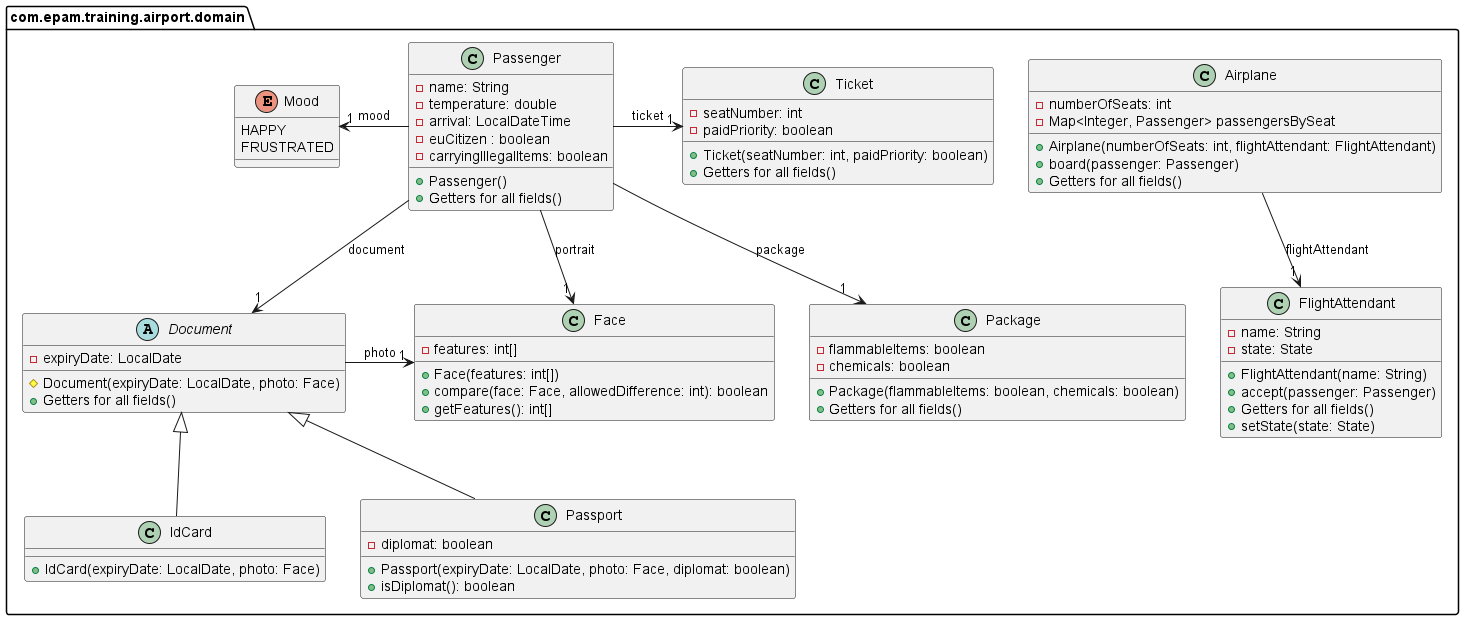
The PlantUML diagram design-patterns-airport/domain.png in epam-mep-java/exercise-specification-images, before a commit. The source it was exported from:
```plantuml
@startuml
package com.epam.training.airport.domain{

class Passenger{
    -name: String
    -temperature: double
    -arrival: LocalDateTime
    -euCitizen : boolean
    -carryingIllegalItems: boolean
    +Passenger()
    +Getters for all fields()
}

class FlightAttendant{
    -name: String
    -state: State
    +FlightAttendant(name: String)
    +accept(passenger: Passenger)
    +Getters for all fields()
    +setState(state: State)
}

enum Mood {
    HAPPY
    FRUSTRATED
}

class Face {
    -features: int[]
    +Face(features: int[])
    +compare(face: Face, allowedDifference: int): boolean
    +getFeatures(): int[]
}


abstract class Document {
    -expiryDate: LocalDate
    #Document(expiryDate: LocalDate, photo: Face)
    +Getters for all fields()
}

class IdCard extends Document {
    +IdCard(expiryDate: LocalDate, photo: Face)
}

class Passport extends Document {
    -diplomat: boolean
    +Passport(expiryDate: LocalDate, photo: Face, diplomat: boolean)
    +isDiplomat(): boolean
}

class Ticket{
    -seatNumber: int
    -paidPriority: boolean
    +Ticket(seatNumber: int, paidPriority: boolean)
    +Getters for all fields()
}

class Package{
    -flammableItems: boolean
    -chemicals: boolean
    +Package(flammableItems: boolean, chemicals: boolean)
    +Getters for all fields()
}

class Airplane{
    -numberOfSeats: int
    -Map<Integer, Passenger> passengersBySeat
    +Airplane(numberOfSeats: int, flightAttendant: FlightAttendant)
    +board(passenger: Passenger)
    +Getters for all fields()
}

}

Passenger -left-> "1" Mood: mood
Passenger -right-> "1" Ticket: ticket
Passenger -down-> "1" Package: package
Passenger -down-> "1" Document: document
Passenger -down-> "1" Face: portrait
Document -right-> "1" Face: photo
Airplane -down-> "1" FlightAttendant: flightAttendant
Document -right[hidden]- Package
Ticket -right[hidden]- Airplane
@enduml
```
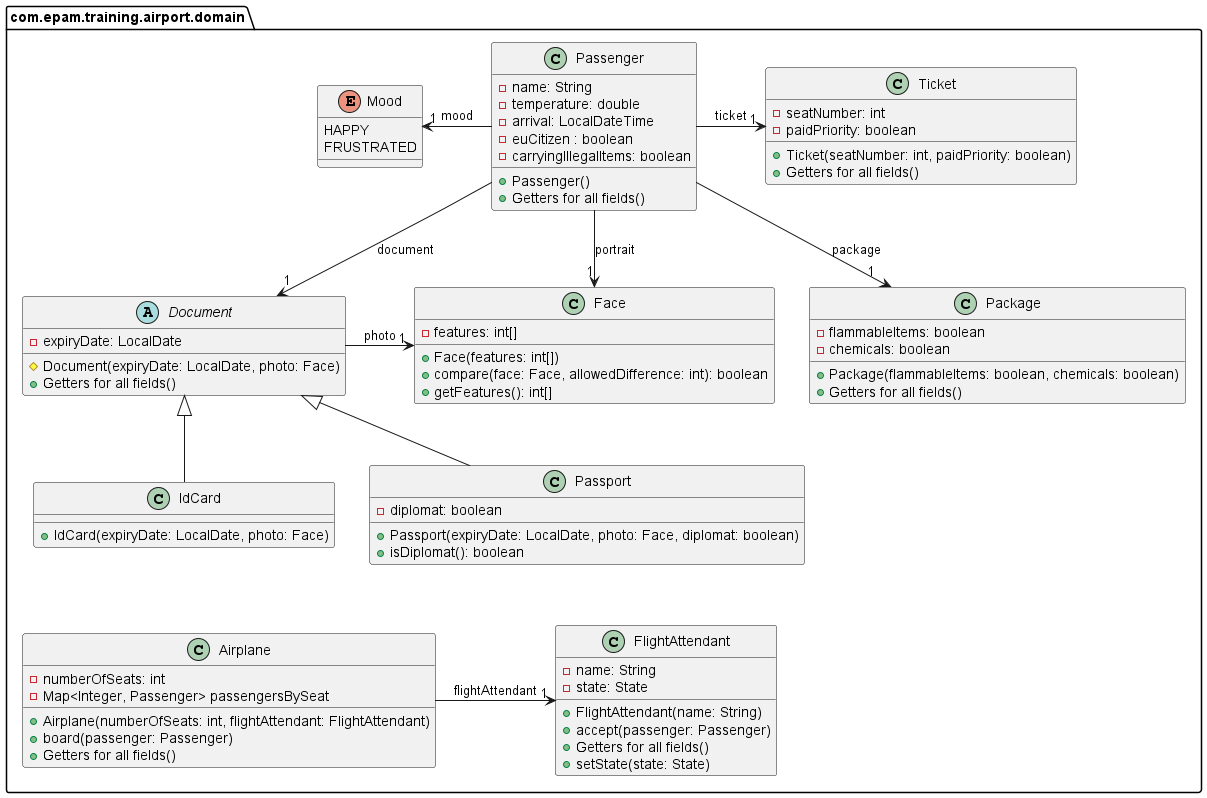
After the change.

Change to the diagram source:
```diff
@@ -79,7 +79,7 @@
 Passenger -down-> "1" Document: document
 Passenger -down-> "1" Face: portrait
 Document -right-> "1" Face: photo
-Airplane -down-> "1" FlightAttendant: flightAttendant
+Airplane -right-> "1" FlightAttendant: flightAttendant
 Document -right[hidden]- Package
-Ticket -right[hidden]- Airplane
+IdCard -down[hidden]- Airplane
 @enduml
```
